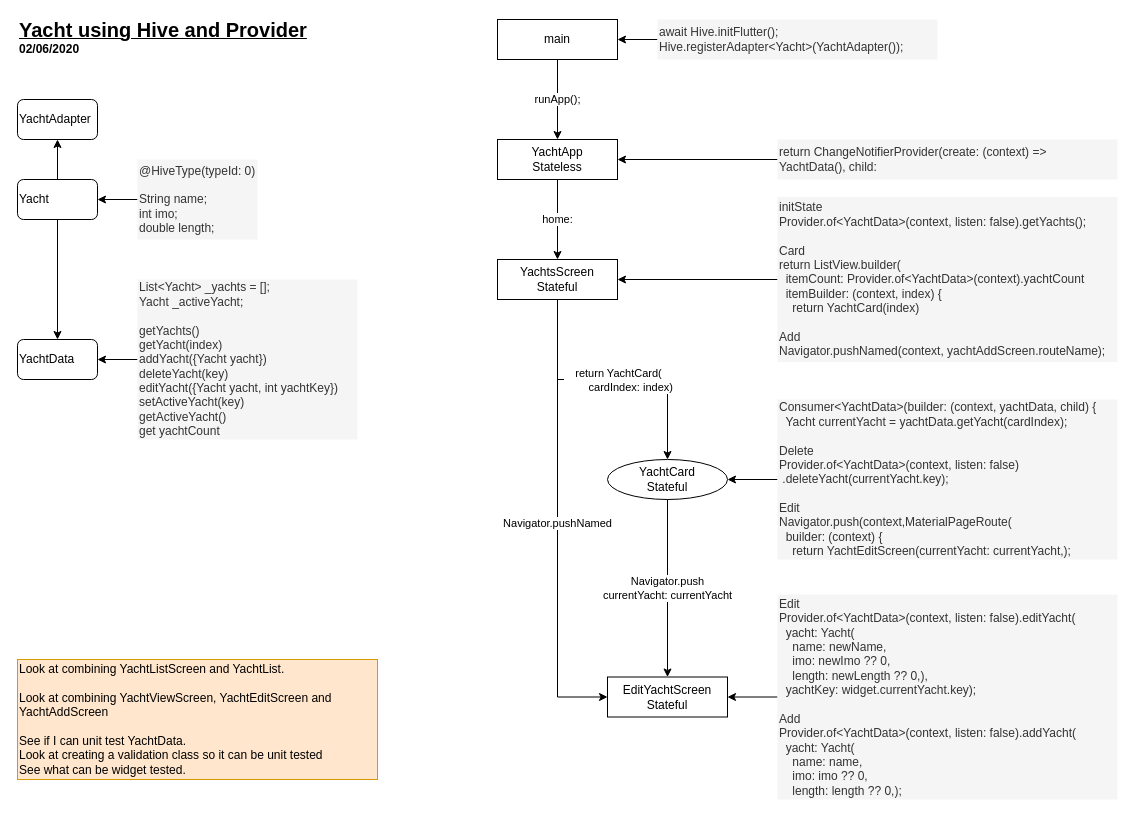
Earlier version of the draw.io diagram documentation/HiveProvider2.drawio (RobBebb/yacht_hive). Source tidied: cells renumbered, new cells numbered last; positions are measured from the earlier drawing's top-left corner, leaving out a move shared by most shapes. Both pictures are drawn from the tidied source at 100%, with x=0, y=0 at pixel (17, 19).
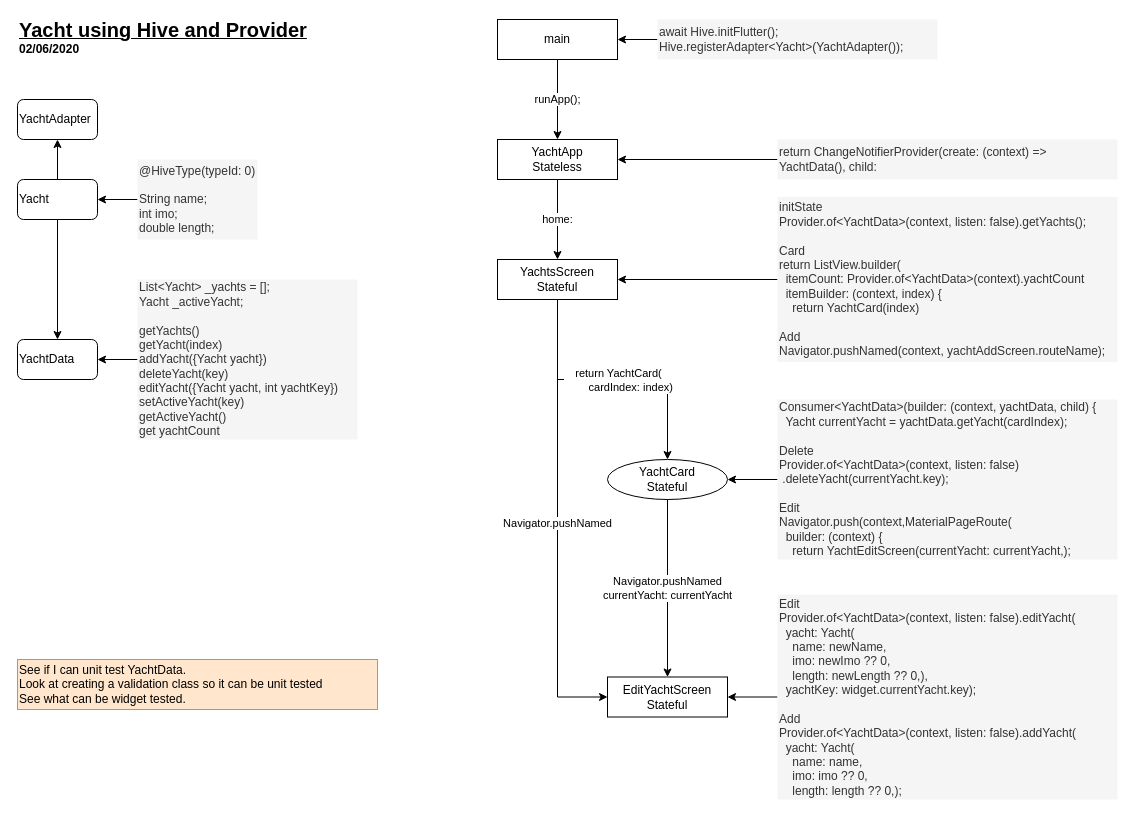
After the change.

Commit message (it also covers changes not shown here):
Added yacht validator classes and unit tests

The change refers to these unchanged cells:
```xml
<mxCell id="8" value="YachtCard&lt;br&gt;Stateful" style="ellipse;whiteSpace=wrap;html=1;rounded=0;" parent="1" vertex="1">
  <mxGeometry x="590" y="440" width="120" height="40" as="geometry" />
</mxCell>
<mxCell id="10" value="EditYachtScreen&lt;br&gt;Stateful" style="rounded=0;whiteSpace=wrap;html=1;" parent="1" vertex="1">
  <mxGeometry x="590" y="657.5" width="120" height="40" as="geometry" />
</mxCell>
```

The edit, as a diff of the source:
```diff
@@
-    <mxCell id="9" value="Navigator.push&lt;br&gt;currentYacht: currentYacht" style="edgeStyle=orthogonalEdgeStyle;rounded=0;jettySize=auto;html=1;exitX=0.5;exitY=1;exitDx=0;exitDy=0;" parent="1" edge="1" source="8" target="10">
+    <mxCell id="9" value="Navigator.pushNamed&lt;br&gt;currentYacht: currentYacht" style="edgeStyle=orthogonalEdgeStyle;rounded=0;jettySize=auto;html=1;exitX=0.5;exitY=1;exitDx=0;exitDy=0;" parent="1" edge="1" source="8" target="10">
       <mxGeometry relative="1" as="geometry" />
     </mxCell>
@@
-    <mxCell id="32" value="Look at combining YachtListScreen and YachtList.&lt;br&gt;&lt;br&gt;Look at combining YachtViewScreen, YachtEditScreen and YachtAddScreen&lt;br&gt;&lt;br&gt;See if I can unit test YachtData.&lt;br&gt;Look at creating a validation class so it can be unit tested&lt;br&gt;See what can be widget tested." style="text;html=1;strokeColor=#d79b00;fillColor=#ffe6cc;align=left;verticalAlign=middle;whiteSpace=wrap;rounded=0;" parent="1" vertex="1">
-      <mxGeometry y="640" width="360" height="120" as="geometry" />
+    <mxCell id="32" value="See if I can unit test YachtData.&lt;br&gt;Look at creating a validation class so it can be unit tested&lt;br&gt;See what can be widget tested." style="text;html=1;strokeColor=#d79b00;fillColor=#ffe6cc;align=left;verticalAlign=middle;whiteSpace=wrap;rounded=0;" parent="1" vertex="1">
+      <mxGeometry y="640" width="360" height="50" as="geometry" />
     </mxCell>
```
